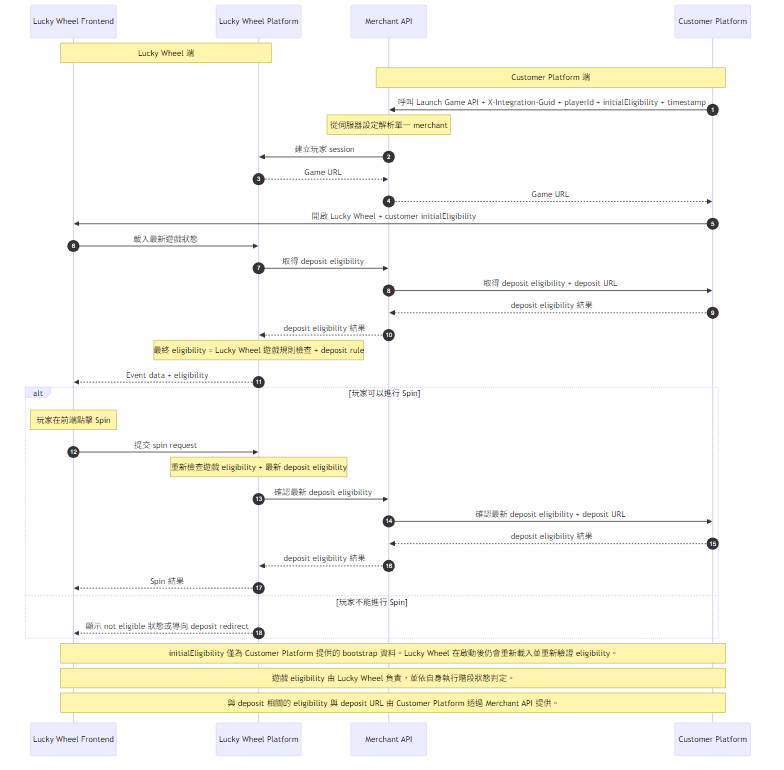
This is LuckyWheel_Dataflow_Diagram_Public_zh-TW.png from ElricStormking/LuckyWheelLeaderboard, a Mermaid export, as it was before one commit. Its source is kept beside it as LuckyWheel_Dataflow_Diagram_Public_zh-TW.mmd.
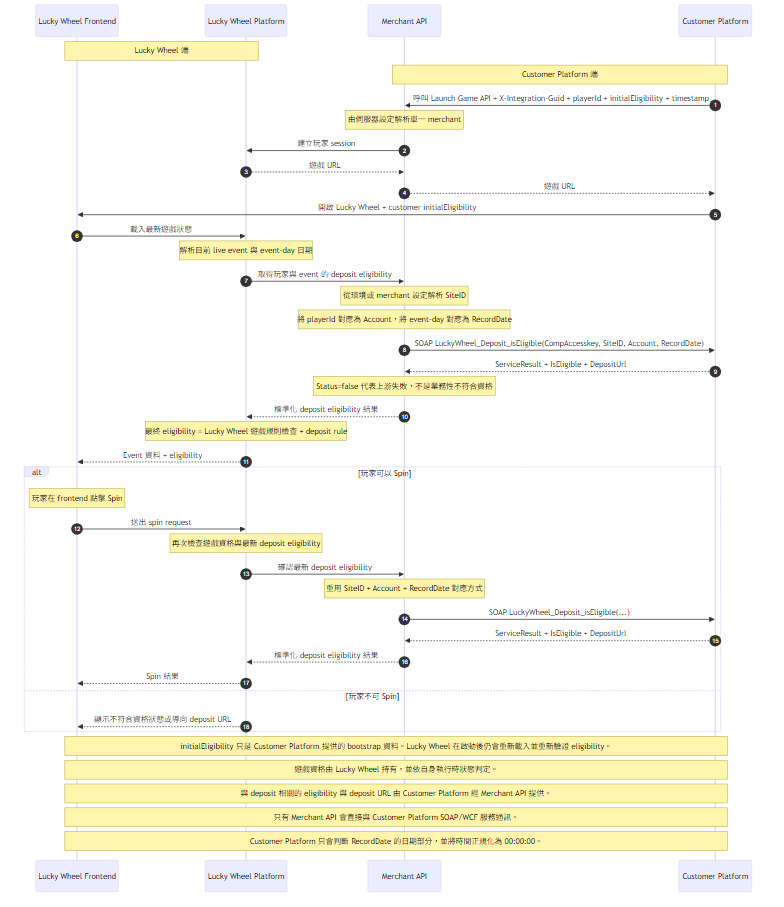
Above is the later version.

The edit, as a diff of the source:
```diff
@@ -9,33 +9,40 @@
     Note over MAP,CP: Customer Platform 端
 
     CP->>MAP: 呼叫 Launch Game API + X-Integration-Guid + playerId + initialEligibility + timestamp
-    Note over MAP: 從伺服器設定解析單一 merchant
+    Note over MAP: 由伺服器設定解析單一 merchant
     MAP->>LWP: 建立玩家 session
-    LWP-->>MAP: Game URL
-    MAP-->>CP: Game URL
+    LWP-->>MAP: 遊戲 URL
+    MAP-->>CP: 遊戲 URL
     CP->>LWF: 開啟 Lucky Wheel + customer initialEligibility
 
     LWF->>LWP: 載入最新遊戲狀態
-    LWP->>MAP: 取得 deposit eligibility
-    MAP->>CP: 取得 deposit eligibility + deposit URL
-    CP-->>MAP: deposit eligibility 結果
-    MAP-->>LWP: deposit eligibility 結果
+    Note over LWP: 解析目前 live event 與 event-day 日期
+    LWP->>MAP: 取得玩家與 event 的 deposit eligibility
+    Note over MAP: 從環境或 merchant 設定解析 SiteID
+    Note over MAP: 將 playerId 對應為 Account，將 event-day 對應為 RecordDate
+    MAP->>CP: SOAP LuckyWheel_Deposit_isEligible(CompAccesskey, SiteID, Account, RecordDate)
+    CP-->>MAP: ServiceResult + IsEligible + DepositUrl
+    Note over MAP: Status=false 代表上游失敗，不是業務性不符合資格
+    MAP-->>LWP: 標準化 deposit eligibility 結果
     Note over LWP: 最終 eligibility = Lucky Wheel 遊戲規則檢查 + deposit rule
-    LWP-->>LWF: Event data + eligibility
+    LWP-->>LWF: Event 資料 + eligibility
 
-    alt 玩家可以進行 Spin
-        Note over LWF: 玩家在前端點擊 Spin
-        LWF->>LWP: 提交 spin request
-        Note over LWP: 重新檢查遊戲 eligibility + 最新 deposit eligibility
+    alt 玩家可以 Spin
+        Note over LWF: 玩家在 frontend 點擊 Spin
+        LWF->>LWP: 送出 spin request
+        Note over LWP: 再次檢查遊戲資格與最新 deposit eligibility
         LWP->>MAP: 確認最新 deposit eligibility
-        MAP->>CP: 確認最新 deposit eligibility + deposit URL
-        CP-->>MAP: deposit eligibility 結果
-        MAP-->>LWP: deposit eligibility 結果
+        Note over MAP: 重用 SiteID + Account + RecordDate 對應方式
+        MAP->>CP: SOAP LuckyWheel_Deposit_isEligible(...)
+        CP-->>MAP: ServiceResult + IsEligible + DepositUrl
+        MAP-->>LWP: 標準化 deposit eligibility 結果
         LWP-->>LWF: Spin 結果
-    else 玩家不能進行 Spin
-        LWP-->>LWF: 顯示 not eligible 狀態或導向 deposit redirect
+    else 玩家不可 Spin
+        LWP-->>LWF: 顯示不符合資格狀態或導向 deposit URL
     end
 
-    Note over LWF,CP: initialEligibility 僅為 Customer Platform 提供的 bootstrap 資料。Lucky Wheel 在啟動後仍會重新載入並重新驗證 eligibility。
-    Note over LWF,CP: 遊戲 eligibility 由 Lucky Wheel 負責，並依自身執行階段狀態判定。
-    Note over LWF,CP: 與 deposit 相關的 eligibility 與 deposit URL 由 Customer Platform 透過 Merchant API 提供。
+    Note over LWF,CP: initialEligibility 只是 Customer Platform 提供的 bootstrap 資料。Lucky Wheel 在啟動後仍會重新載入並重新驗證 eligibility。
+    Note over LWF,CP: 遊戲資格由 Lucky Wheel 持有，並依自身執行時狀態判定。
+    Note over LWF,CP: 與 deposit 相關的 eligibility 與 deposit URL 由 Customer Platform 經 Merchant API 提供。
+    Note over LWF,CP: 只有 Merchant API 會直接與 Customer Platform SOAP/WCF 服務通訊。
+    Note over LWF,CP: Customer Platform 只會判斷 RecordDate 的日期部分，並將時間正規化為 00:00:00。
```
